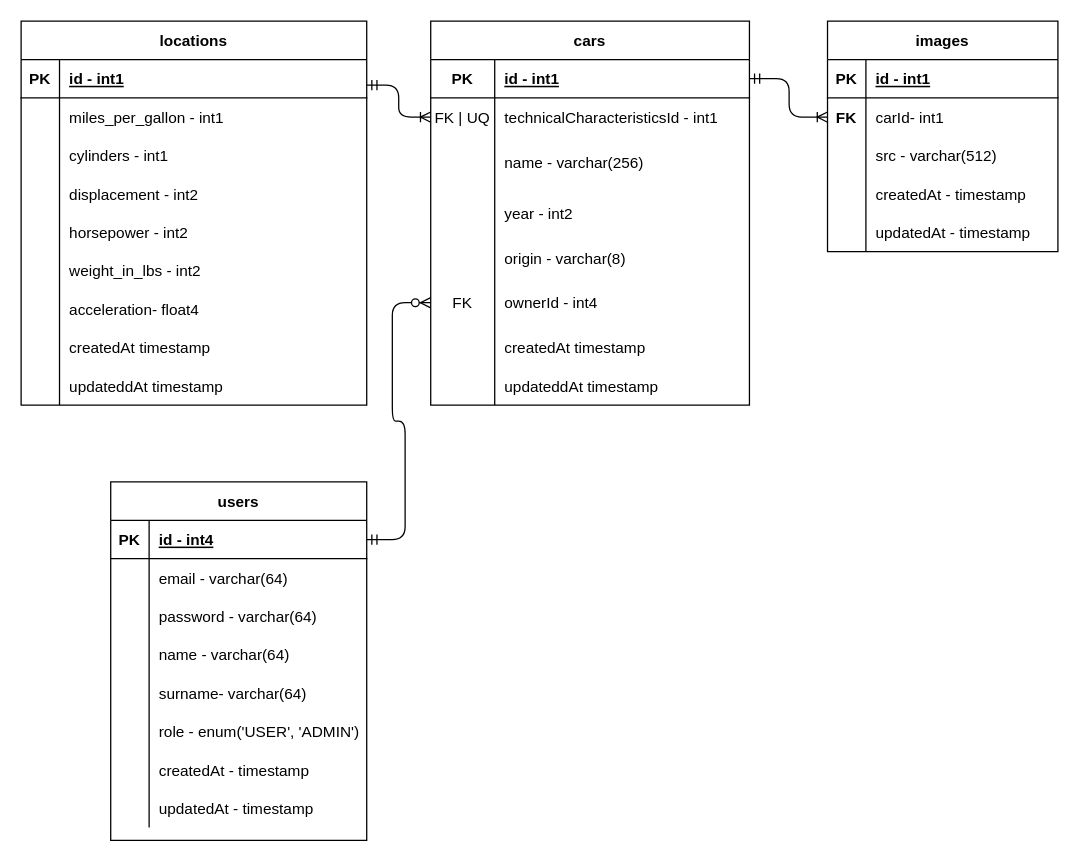
PavFet/server-app keeps this draw.io diagram as sql/cars-schema.drawio. Above is the earlier version. Source tidied: cells renumbered, new cells numbered last; positions are measured from the earlier drawing's top-left corner, leaving out a move shared by most shapes. Both pictures are drawn from the tidied source at 128%, with x=0, y=0 at pixel (20, 20).
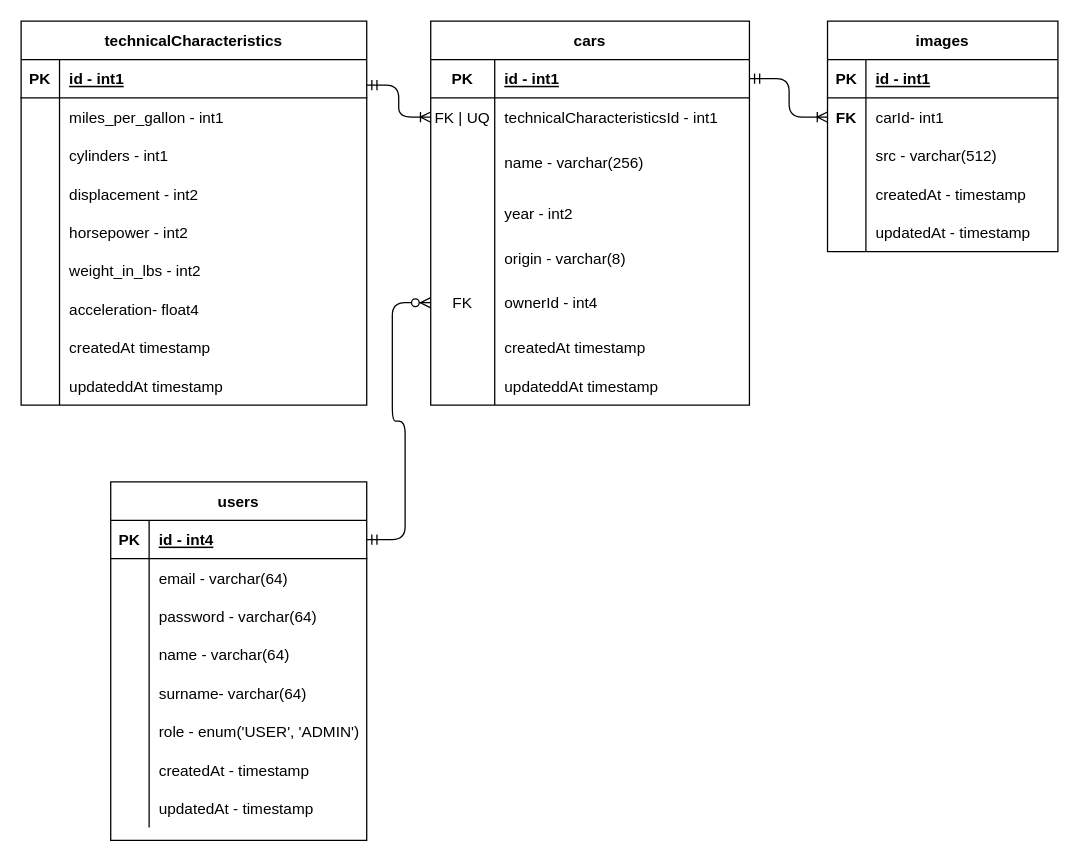
After the change.

Commit message (it also covers changes not shown here):
chore: edited entity relation schema

The edit, as a diff of the source:
```diff
@@
-    <mxCell id="2" value="locations" style="shape=table;startSize=30;childLayout=tableLayout;rowLines=0;fontStyle=1;align=center;" parent="1" vertex="1">
+    <mxCell id="2" value="technicalCharacteristics" style="shape=table;startSize=30;childLayout=tableLayout;rowLines=0;fontStyle=1;align=center;" parent="1" vertex="1">
       <mxGeometry width="270" height="300" as="geometry" />
     </mxCell>
```
